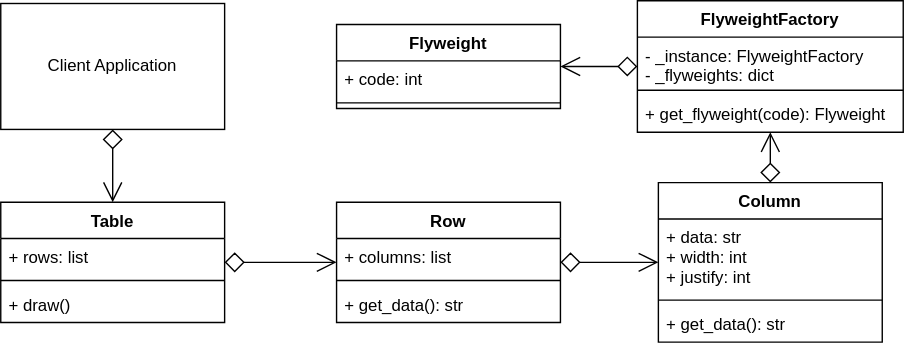
The draw.io diagram img/flyweight_example.svg in Sean-Bradley/Design-Patterns-In-Python, before a commit. Source tidied: cells renumbered, new cells last; positions are measured from the earlier drawing's top-left corner, leaving out a move shared by most shapes.
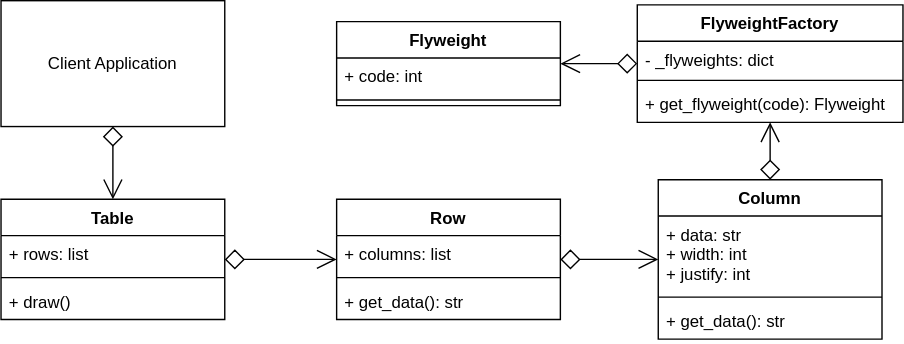
The same diagram one commit later.

What changed in the source:
```diff
@@ -21,16 +21,16 @@
       <mxGeometry y="60" width="160" height="26" as="geometry" />
     </mxCell>
     <mxCell id="8" value="FlyweightFactory" style="swimlane;fontStyle=1;align=center;verticalAlign=top;horizontal=1;startSize=26;" parent="1" vertex="1">
-      <mxGeometry x="455" width="190" height="94" as="geometry" />
+      <mxGeometry x="455" y="5" width="190" height="84" as="geometry" />
     </mxCell>
-    <mxCell id="9" value="- _instance: FlyweightFactory&#10;- _flyweights: dict" style="text;strokeColor=none;fillColor=none;align=left;verticalAlign=top;spacingLeft=4;spacingRight=4;overflow=hidden;" parent="8" vertex="1">
-      <mxGeometry y="26" width="190" height="34" as="geometry" />
+    <mxCell id="9" value="- _flyweights: dict" style="text;strokeColor=none;fillColor=none;align=left;verticalAlign=top;spacingLeft=4;spacingRight=4;overflow=hidden;" parent="8" vertex="1">
+      <mxGeometry y="26" width="190" height="24" as="geometry" />
     </mxCell>
     <mxCell id="10" style="line;strokeWidth=1;fillColor=none;align=left;verticalAlign=middle;spacingTop=-1;spacingLeft=3;spacingRight=3;labelPosition=right;" parent="8" vertex="1">
-      <mxGeometry y="60" width="190" height="8" as="geometry" />
+      <mxGeometry y="50" width="190" height="8" as="geometry" />
     </mxCell>
     <mxCell id="11" value="+ get_flyweight(code): Flyweight" style="text;strokeColor=none;fillColor=none;align=left;verticalAlign=top;spacingLeft=4;spacingRight=4;overflow=hidden;" parent="8" vertex="1">
-      <mxGeometry y="68" width="190" height="26" as="geometry" />
+      <mxGeometry y="58" width="190" height="26" as="geometry" />
     </mxCell>
     <mxCell id="12" value="Flyweight" style="swimlane;fontStyle=1;align=center;verticalAlign=top;horizontal=1;startSize=26;" parent="1" vertex="1">
       <mxGeometry x="240" y="17" width="160" height="60" as="geometry" />
```
